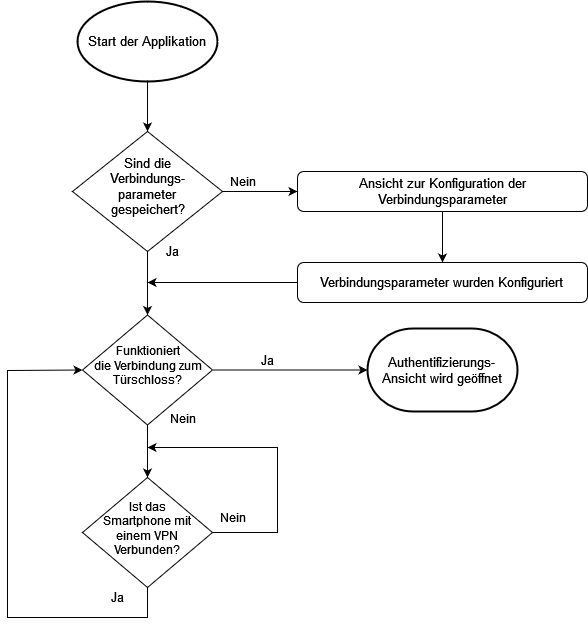
htl-anichstrasse/shulker keeps this draw.io diagram as shulker-docs/images/mobile/Startup.png. Above is the earlier version. Source tidied: cells renumbered, new cells last; positions are measured from the earlier drawing's top-left corner, leaving out a move shared by most shapes.
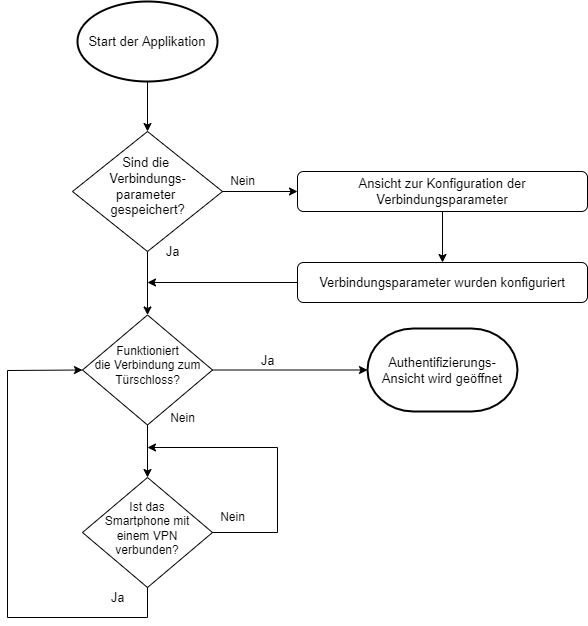
The same diagram one commit later.

Change to the diagram source:
```diff
@@ -2,86 +2,86 @@
   <root>
     <mxCell id="0" />
     <mxCell id="1" parent="0" />
-    <mxCell id="2" style="edgeStyle=orthogonalEdgeStyle;rounded=0;jettySize=auto;html=1;fontSize=12;entryX=0.5;entryY=0;entryDx=0;entryDy=0;exitX=0.5;exitY=1;exitDx=0;exitDy=0;exitPerimeter=0;" parent="1" edge="1" source="26" target="4">
-      <mxGeometry relative="1" as="geometry" />
-    </mxCell>
-    <mxCell id="3" style="edgeStyle=orthogonalEdgeStyle;rounded=0;jettySize=auto;html=1;fontSize=12;" parent="1" edge="1" source="4" target="8">
-      <mxGeometry relative="1" as="geometry" />
-    </mxCell>
-    <mxCell id="4" style="rhombus;whiteSpace=wrap;html=1;shadow=0;fontFamily=Helvetica;fontSize=12;align=center;strokeWidth=1;spacing=6;spacingTop=-4;" parent="1" vertex="1">
-      <mxGeometry x="65" y="130" width="150" height="120" as="geometry" />
-    </mxCell>
-    <mxCell id="5" style="edgeStyle=orthogonalEdgeStyle;rounded=0;jettySize=auto;html=1;fontSize=13;" parent="1" edge="1" source="6" target="11">
-      <mxGeometry relative="1" as="geometry" />
-    </mxCell>
+    <mxCell id="27" style="edgeStyle=orthogonalEdgeStyle;rounded=0;jettySize=auto;html=1;fontSize=12;entryX=0.5;entryY=0;entryDx=0;entryDy=0;exitX=0.5;exitY=1;exitDx=0;exitDy=0;exitPerimeter=0;" parent="1" edge="1" source="26" target="29">
+      <mxGeometry relative="1" as="geometry" />
+    </mxCell>
+    <mxCell id="28" style="edgeStyle=orthogonalEdgeStyle;rounded=0;jettySize=auto;html=1;fontSize=12;" parent="1" edge="1" source="29" target="32">
+      <mxGeometry relative="1" as="geometry" />
+    </mxCell>
+    <mxCell id="29" style="rhombus;whiteSpace=wrap;html=1;shadow=0;fontFamily=Helvetica;fontSize=12;align=center;strokeWidth=1;spacing=6;spacingTop=-4;" parent="1" vertex="1">
+      <mxGeometry x="65" y="130" width="150" height="120" as="geometry" />
+    </mxCell>
+    <mxCell id="30" style="edgeStyle=orthogonalEdgeStyle;rounded=0;jettySize=auto;html=1;fontSize=13;" parent="1" edge="1" source="6" target="34">
+      <mxGeometry relative="1" as="geometry" />
+    </mxCell>
     <mxCell id="6" value="&lt;font style=&quot;font-size: 13px&quot;&gt;Ansicht zur Konfiguration der Verbindungsparameter&lt;/font&gt;" style="rounded=1;whiteSpace=wrap;html=1;fontSize=12;glass=0;strokeWidth=1;shadow=0;" parent="1" vertex="1">
       <mxGeometry x="290" y="170" width="290" height="40" as="geometry" />
     </mxCell>
-    <mxCell id="7" style="edgeStyle=orthogonalEdgeStyle;rounded=0;jettySize=auto;html=1;fontSize=13;" parent="1" edge="1" source="8" target="12">
-      <mxGeometry relative="1" as="geometry" />
-    </mxCell>
-    <mxCell id="8" style="rhombus;whiteSpace=wrap;html=1;shadow=0;fontFamily=Helvetica;fontSize=12;align=center;strokeWidth=1;spacing=6;spacingTop=-4;" parent="1" vertex="1">
-      <mxGeometry x="75" y="313.5" width="130" height="110" as="geometry" />
-    </mxCell>
-    <mxCell id="9" style="edgeStyle=orthogonalEdgeStyle;rounded=0;jettySize=auto;html=1;fontSize=12;entryX=0;entryY=0.5;entryDx=0;entryDy=0;exitX=1;exitY=0.5;exitDx=0;exitDy=0;entryPerimeter=0;" parent="1" edge="1" source="8" target="25">
-      <mxGeometry relative="1" as="geometry" />
-    </mxCell>
+    <mxCell id="31" style="edgeStyle=orthogonalEdgeStyle;rounded=0;jettySize=auto;html=1;fontSize=13;" parent="1" edge="1" source="32" target="35">
+      <mxGeometry relative="1" as="geometry" />
+    </mxCell>
+    <mxCell id="32" style="rhombus;whiteSpace=wrap;html=1;shadow=0;fontFamily=Helvetica;fontSize=12;align=center;strokeWidth=1;spacing=6;spacingTop=-4;" parent="1" vertex="1">
+      <mxGeometry x="75" y="313.5" width="130" height="110" as="geometry" />
+    </mxCell>
+    <mxCell id="33" style="edgeStyle=orthogonalEdgeStyle;rounded=0;jettySize=auto;html=1;fontSize=12;entryX=0;entryY=0.5;entryDx=0;entryDy=0;exitX=1;exitY=0.5;exitDx=0;exitDy=0;entryPerimeter=0;" parent="1" edge="1" source="32" target="25">
+      <mxGeometry relative="1" as="geometry" />
+    </mxCell>
     <mxCell id="10" value="&lt;div&gt;Funktioniert&lt;/div&gt;&lt;div&gt;die Verbindung zum&lt;/div&gt;&lt;div&gt;Türschloss?&lt;br&gt;&lt;/div&gt;" style="text;html=1;align=center;verticalAlign=middle;strokeColor=none;fillColor=none;" parent="1" vertex="1">
       <mxGeometry x="80" y="338.5" width="120" height="50" as="geometry" />
     </mxCell>
-    <mxCell id="11" value="&lt;font style=&quot;font-size: 13px&quot;&gt;Verbindungsparameter wurden Konfiguriert&lt;br&gt;&lt;/font&gt;" style="rounded=1;whiteSpace=wrap;html=1;fontSize=12;glass=0;strokeWidth=1;shadow=0;" parent="1" vertex="1">
-      <mxGeometry x="290" y="261" width="290" height="40" as="geometry" />
-    </mxCell>
-    <mxCell id="12" style="rhombus;whiteSpace=wrap;html=1;shadow=0;fontFamily=Helvetica;fontSize=12;align=center;strokeWidth=1;spacing=6;spacingTop=-4;" parent="1" vertex="1">
-      <mxGeometry x="75" y="476" width="130" height="110" as="geometry" />
-    </mxCell>
-    <mxCell id="13" value="&lt;font style=&quot;font-size: 12px&quot;&gt;Ist das Smartphone mit einem VPN Verbunden?&lt;/font&gt;" style="text;html=1;strokeColor=none;fillColor=none;align=center;verticalAlign=middle;whiteSpace=wrap;rounded=0;fontSize=11;" parent="1" vertex="1">
-      <mxGeometry x="95" y="502" width="90" height="50" as="geometry" />
-    </mxCell>
-    <mxCell id="14" style="edgeStyle=orthogonalEdgeStyle;rounded=0;jettySize=auto;html=1;fontSize=12;exitX=1;exitY=0.5;exitDx=0;exitDy=0;" parent="1" edge="1" source="4" target="6">
-      <mxGeometry relative="1" as="geometry" />
-    </mxCell>
-    <mxCell id="15" value="&lt;div&gt;Nein&lt;/div&gt;" style="text;html=1;align=center;verticalAlign=middle;strokeColor=none;fillColor=none;fontSize=12;" parent="1" vertex="1">
-      <mxGeometry x="205" y="506" width="40" height="20" as="geometry" />
-    </mxCell>
-    <mxCell id="16" style="endArrow=classic;html=1;rounded=0;fontSize=12;exitX=1;exitY=0.5;exitDx=0;exitDy=0;endFill=1;startArrow=none;startFill=0;" parent="1" edge="1" source="12">
-      <mxGeometry relative="1" as="geometry">
-        <mxPoint x="140" y="446" as="targetPoint" />
-        <Array as="points">
-          <mxPoint x="270" y="531" />
-          <mxPoint x="270" y="446" />
-        </Array>
-      </mxGeometry>
-    </mxCell>
-    <mxCell id="17" value="&lt;div&gt;Nein&lt;/div&gt;" style="text;html=1;align=center;verticalAlign=middle;strokeColor=none;fillColor=none;fontSize=12;" parent="1" vertex="1">
-      <mxGeometry x="155" y="407" width="40" height="20" as="geometry" />
-    </mxCell>
-    <mxCell id="18" value="&lt;div&gt;Nein&lt;/div&gt;" style="text;html=1;align=center;verticalAlign=middle;strokeColor=none;fillColor=none;fontSize=12;" parent="1" vertex="1">
-      <mxGeometry x="215" y="170" width="40" height="20" as="geometry" />
-    </mxCell>
-    <mxCell id="19" value="&lt;font style=&quot;font-size: 13px&quot;&gt;Ja&lt;/font&gt;" style="text;html=1;align=center;verticalAlign=middle;strokeColor=none;fillColor=none;fontSize=12;" parent="1" vertex="1">
-      <mxGeometry x="150" y="240" width="30" height="20" as="geometry" />
-    </mxCell>
-    <mxCell id="20" value="&lt;font style=&quot;font-size: 13px&quot;&gt;Ja&lt;/font&gt;" style="text;html=1;align=center;verticalAlign=middle;strokeColor=none;fillColor=none;fontSize=12;" parent="1" vertex="1">
-      <mxGeometry x="245" y="348.5" width="30" height="20" as="geometry" />
-    </mxCell>
-    <mxCell id="21" value="&lt;font style=&quot;font-size: 13px&quot;&gt;Ja&lt;/font&gt;" style="text;html=1;align=center;verticalAlign=middle;strokeColor=none;fillColor=none;fontSize=12;" parent="1" vertex="1">
-      <mxGeometry x="95" y="586" width="30" height="20" as="geometry" />
-    </mxCell>
-    <mxCell id="22" style="endArrow=classic;html=1;rounded=0;fontSize=12;exitX=0.5;exitY=1;exitDx=0;exitDy=0;entryX=0;entryY=0.5;entryDx=0;entryDy=0;" parent="1" edge="1" source="12" target="8">
-      <mxGeometry relative="1" as="geometry">
-        <Array as="points">
-          <mxPoint x="140" y="616" />
-          <mxPoint y="616" />
-          <mxPoint y="369" />
-        </Array>
-      </mxGeometry>
-    </mxCell>
-    <mxCell id="23" style="endArrow=classic;html=1;rounded=0;fontSize=12;exitX=0;exitY=0.5;exitDx=0;exitDy=0;startArrow=none;startFill=0;endFill=1;" parent="1" edge="1" source="11">
-      <mxGeometry relative="1" as="geometry">
-        <mxPoint x="140" y="281" as="targetPoint" />
-      </mxGeometry>
-    </mxCell>
+    <mxCell id="34" value="&lt;font style=&quot;font-size: 13px&quot;&gt;Verbindungsparameter wurden konfiguriert&lt;br&gt;&lt;/font&gt;" style="rounded=1;whiteSpace=wrap;html=1;fontSize=12;glass=0;strokeWidth=1;shadow=0;" parent="1" vertex="1">
+      <mxGeometry x="290" y="261" width="290" height="40" as="geometry" />
+    </mxCell>
+    <mxCell id="35" style="rhombus;whiteSpace=wrap;html=1;shadow=0;fontFamily=Helvetica;fontSize=12;align=center;strokeWidth=1;spacing=6;spacingTop=-4;" parent="1" vertex="1">
+      <mxGeometry x="75" y="476" width="130" height="110" as="geometry" />
+    </mxCell>
+    <mxCell id="36" value="&lt;font style=&quot;font-size: 12px&quot;&gt;Ist das Smartphone mit einem VPN verbunden?&lt;/font&gt;" style="text;html=1;strokeColor=none;fillColor=none;align=center;verticalAlign=middle;whiteSpace=wrap;rounded=0;fontSize=11;" parent="1" vertex="1">
+      <mxGeometry x="95" y="502" width="90" height="50" as="geometry" />
+    </mxCell>
+    <mxCell id="37" style="edgeStyle=orthogonalEdgeStyle;rounded=0;jettySize=auto;html=1;fontSize=12;exitX=1;exitY=0.5;exitDx=0;exitDy=0;" parent="1" edge="1" source="29" target="6">
+      <mxGeometry relative="1" as="geometry" />
+    </mxCell>
+    <mxCell id="38" value="&lt;div&gt;Nein&lt;/div&gt;" style="text;html=1;align=center;verticalAlign=middle;strokeColor=none;fillColor=none;fontSize=12;" parent="1" vertex="1">
+      <mxGeometry x="205" y="506" width="40" height="20" as="geometry" />
+    </mxCell>
+    <mxCell id="39" style="endArrow=classic;html=1;rounded=0;fontSize=12;exitX=1;exitY=0.5;exitDx=0;exitDy=0;endFill=1;startArrow=none;startFill=0;" parent="1" edge="1" source="35">
+      <mxGeometry relative="1" as="geometry">
+        <mxPoint x="140" y="446" as="targetPoint" />
+        <Array as="points">
+          <mxPoint x="270" y="531" />
+          <mxPoint x="270" y="446" />
+        </Array>
+      </mxGeometry>
+    </mxCell>
+    <mxCell id="40" value="&lt;div&gt;Nein&lt;/div&gt;" style="text;html=1;align=center;verticalAlign=middle;strokeColor=none;fillColor=none;fontSize=12;" parent="1" vertex="1">
+      <mxGeometry x="155" y="407" width="40" height="20" as="geometry" />
+    </mxCell>
+    <mxCell id="41" value="&lt;div&gt;Nein&lt;/div&gt;" style="text;html=1;align=center;verticalAlign=middle;strokeColor=none;fillColor=none;fontSize=12;" parent="1" vertex="1">
+      <mxGeometry x="215" y="170" width="40" height="20" as="geometry" />
+    </mxCell>
+    <mxCell id="42" value="&lt;font style=&quot;font-size: 13px&quot;&gt;Ja&lt;/font&gt;" style="text;html=1;align=center;verticalAlign=middle;strokeColor=none;fillColor=none;fontSize=12;" parent="1" vertex="1">
+      <mxGeometry x="150" y="240" width="30" height="20" as="geometry" />
+    </mxCell>
+    <mxCell id="43" value="&lt;font style=&quot;font-size: 13px&quot;&gt;Ja&lt;/font&gt;" style="text;html=1;align=center;verticalAlign=middle;strokeColor=none;fillColor=none;fontSize=12;" parent="1" vertex="1">
+      <mxGeometry x="245" y="348.5" width="30" height="20" as="geometry" />
+    </mxCell>
+    <mxCell id="44" value="&lt;font style=&quot;font-size: 13px&quot;&gt;Ja&lt;/font&gt;" style="text;html=1;align=center;verticalAlign=middle;strokeColor=none;fillColor=none;fontSize=12;" parent="1" vertex="1">
+      <mxGeometry x="95" y="586" width="30" height="20" as="geometry" />
+    </mxCell>
+    <mxCell id="45" style="endArrow=classic;html=1;rounded=0;fontSize=12;exitX=0.5;exitY=1;exitDx=0;exitDy=0;entryX=0;entryY=0.5;entryDx=0;entryDy=0;" parent="1" edge="1" source="35" target="32">
+      <mxGeometry relative="1" as="geometry">
+        <Array as="points">
+          <mxPoint x="140" y="616" />
+          <mxPoint y="616" />
+          <mxPoint y="369" />
+        </Array>
+      </mxGeometry>
+    </mxCell>
+    <mxCell id="46" style="endArrow=classic;html=1;rounded=0;fontSize=12;exitX=0;exitY=0.5;exitDx=0;exitDy=0;startArrow=none;startFill=0;endFill=1;" parent="1" edge="1" source="34">
+      <mxGeometry relative="1" as="geometry">
+        <mxPoint x="140" y="281" as="targetPoint" />
+      </mxGeometry>
+    </mxCell>
     <mxCell id="24" value="&lt;div&gt;Sind die &lt;br&gt;&lt;/div&gt;&lt;div&gt;Verbindungs-&lt;/div&gt;&lt;div&gt;parameter &lt;br&gt;&lt;/div&gt;&lt;div&gt;gespeichert?&lt;/div&gt;" style="text;html=1;align=center;verticalAlign=middle;strokeColor=none;fillColor=none;fontSize=13;" parent="1" vertex="1">
       <mxGeometry x="95" y="150" width="90" height="70" as="geometry" />
     </mxCell>
```
